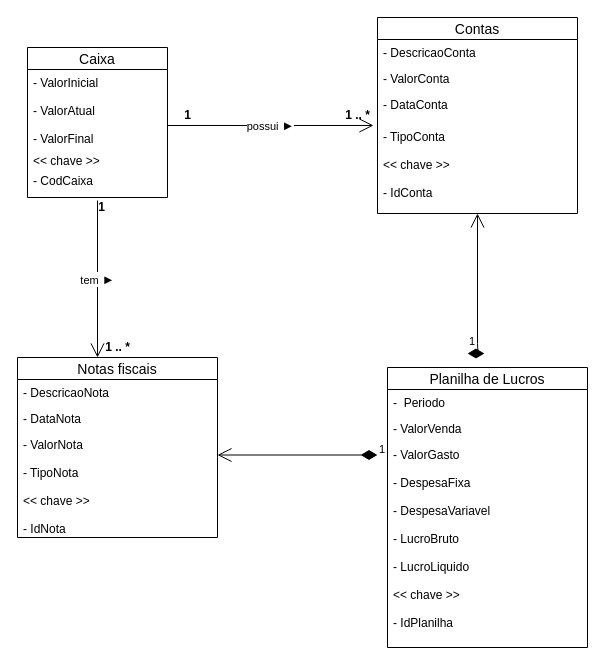
Earlier version of the draw.io diagram docs/ARTEFATOS(15-23)/Controlar_Fluxo_De_Caixa/Modelo_Conceitual_Controlar_Fluxo_De_Caixa.drawio (Darienzo08/ope_ads). Source tidied: cells renumbered, new cells numbered last; positions are measured from the earlier drawing's top-left corner, leaving out a move shared by most shapes. Both pictures are drawn from the tidied source at 100%, with x=0, y=0 at pixel (17, 17).
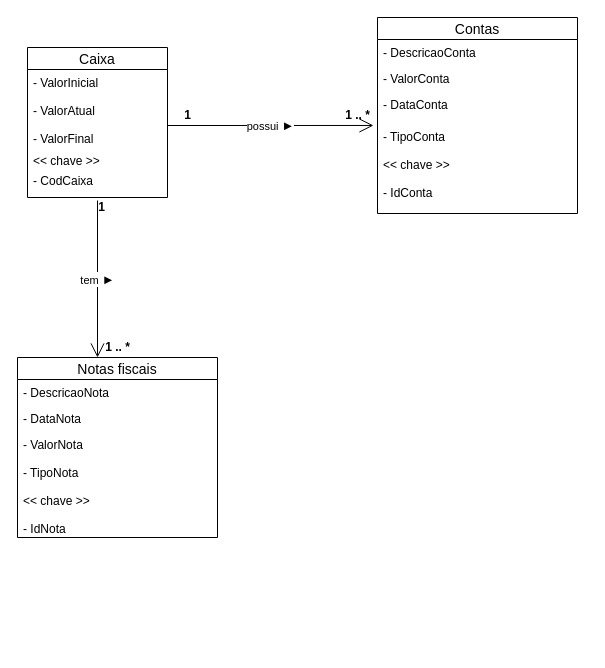
The same page after the edit.

What changed in the source:
```diff
@@
-    <mxCell id="6" value="1" style="endArrow=open;html=1;endSize=12;startArrow=diamondThin;startSize=14;startFill=1;edgeStyle=orthogonalEdgeStyle;align=left;verticalAlign=bottom;" parent="1" edge="1">
-      <mxGeometry x="-1" y="3" relative="1" as="geometry">
-        <mxPoint x="360" y="437.5" as="sourcePoint" />
-        <mxPoint x="200" y="437.5" as="targetPoint" />
-      </mxGeometry>
-    </mxCell>
@@
-    <mxCell id="12" value="1" style="endArrow=open;html=1;endSize=12;startArrow=diamondThin;startSize=14;startFill=1;edgeStyle=orthogonalEdgeStyle;align=left;verticalAlign=bottom;" parent="1" edge="1">
-      <mxGeometry x="-1" y="3" relative="1" as="geometry">
-        <mxPoint x="450" y="336" as="sourcePoint" />
-        <mxPoint x="460" y="196" as="targetPoint" />
-        <Array as="points">
-          <mxPoint x="460" y="336" />
-        </Array>
-      </mxGeometry>
-    </mxCell>
@@
-    <mxCell id="23" value="Planilha de Lucros" style="swimlane;fontStyle=0;horizontal=1;startSize=22;align=center;fontSize=14;" parent="1" vertex="1">
-      <mxGeometry x="370" y="350" width="200" height="280" as="geometry" />
-    </mxCell>
-    <mxCell id="24" value="-  Periodo" style="text;strokeColor=none;fillColor=none;spacingLeft=4;spacingRight=4;overflow=hidden;fontSize=12;" parent="23" vertex="1">
-      <mxGeometry y="22" width="200" height="26" as="geometry" />
-    </mxCell>
-    <mxCell id="25" value="- ValorVenda" style="text;strokeColor=none;fillColor=none;spacingLeft=4;spacingRight=4;overflow=hidden;fontSize=12;" parent="23" vertex="1">
-      <mxGeometry y="48" width="200" height="26" as="geometry" />
-    </mxCell>
-    <mxCell id="26" value="- ValorGasto&#10;&#10;- DespesaFixa&#10;&#10;- DespesaVariavel&#10;&#10;- LucroBruto&#10;&#10;- LucroLiquido&#10;&#10;&lt;&lt; chave &gt;&gt;&#10;&#10;- IdPlanilha" style="text;strokeColor=none;fillColor=none;spacingLeft=4;spacingRight=4;overflow=hidden;fontSize=12;" parent="23" vertex="1">
-      <mxGeometry y="74" width="200" height="206" as="geometry" />
-    </mxCell>
```
